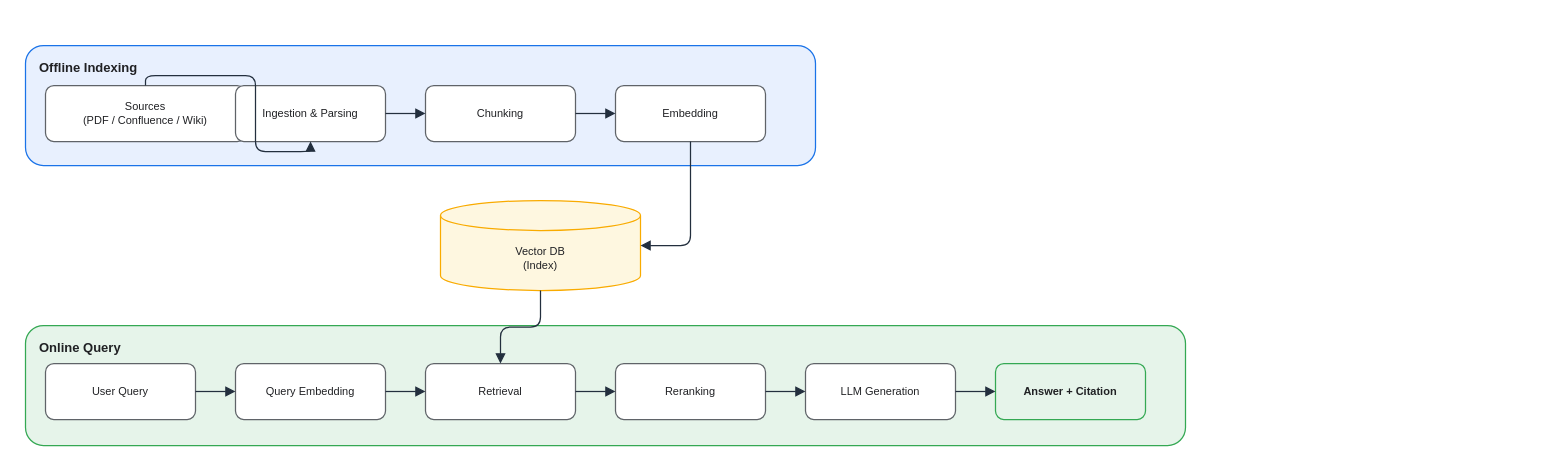
Before: assets/img/ai/rag-01-pipeline.drawio in KKamJi98/kkamji98.github.io, a draw.io diagram. Source tidied: cells renumbered, new cells numbered last; positions are measured from the earlier drawing's top-left corner, leaving out a move shared by most shapes. Both pictures are drawn from the tidied source at 100%, with x=0, y=0 at pixel (25, 45).
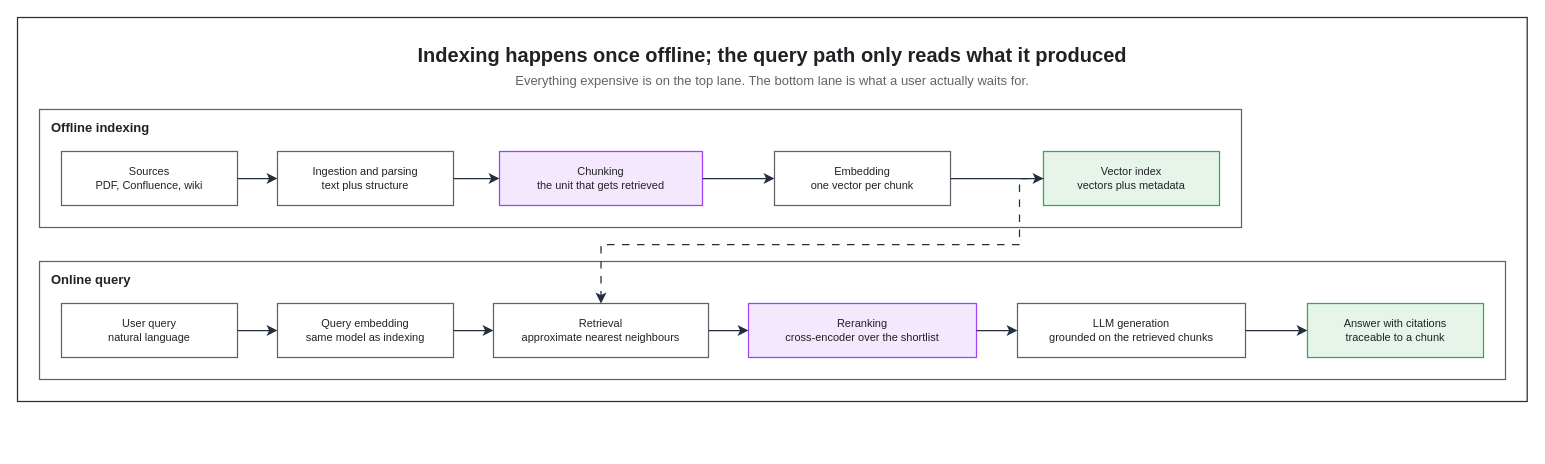
The same diagram, later.

Diff of the diagram source:
```diff
@@
-    <mxCell id="2" value="Offline Indexing" style="rounded=1;fillColor=#E8F0FE;strokeColor=#1A73E8;verticalAlign=top;align=left;fontStyle=1;fontSize=13;fontColor=#202124;spacingLeft=12;spacingTop=8;shadow=0;strokeWidth=1.25;html=0;" parent="1" vertex="1">
-      <mxGeometry width="790" height="120" as="geometry" />
-    </mxCell>
-    <mxCell id="3" value="Online Query" style="rounded=1;fillColor=#E6F4EA;strokeColor=#34A853;verticalAlign=top;align=left;fontStyle=1;fontSize=13;fontColor=#202124;spacingLeft=12;spacingTop=8;shadow=0;strokeWidth=1.25;html=0;" parent="1" vertex="1">
-      <mxGeometry y="280" width="1160" height="120" as="geometry" />
-    </mxCell>
+    <mxCell id="25" style="rounded=0;html=0;fillColor=none;strokeColor=#232F3E;fontColor=#202124;strokeWidth=1.25;" parent="1" vertex="1">
+      <mxGeometry x="-8" y="-28" width="1509.7" height="384" as="geometry" />
+    </mxCell>
+    <mxCell id="26" value="Indexing happens once offline; the query path only reads what it produced" style="text;html=0;whiteSpace=wrap;fillColor=none;strokeColor=none;fontColor=#202124;fontSize=20;fontStyle=1;align=center;verticalAlign=middle;" parent="1" vertex="1">
+      <mxGeometry x="14" y="-6" width="1465.7" height="30" as="geometry" />
+    </mxCell>
+    <mxCell id="27" value="Everything expensive is on the top lane. The bottom lane is what a user actually waits for." style="text;html=0;whiteSpace=wrap;fillColor=none;strokeColor=none;fontColor=#5F6368;fontSize=13;fontStyle=0;align=center;verticalAlign=middle;" parent="1" vertex="1">
+      <mxGeometry x="14" y="24" width="1465.7" height="22" as="geometry" />
+    </mxCell>
+    <mxCell id="28" value="Offline indexing" style="rounded=0;whiteSpace=wrap;html=0;fillColor=none;strokeColor=#5F6368;fontColor=#202124;fontSize=13;fontStyle=1;align=left;verticalAlign=top;spacingLeft=10;spacingTop=4;strokeWidth=1.25;dashed=0;" parent="1" vertex="1">
+      <mxGeometry x="14" y="64" width="1202" height="118" as="geometry" />
+    </mxCell>
+    <mxCell id="29" value="Online query" style="rounded=0;whiteSpace=wrap;html=0;fillColor=none;strokeColor=#5F6368;fontColor=#202124;fontSize=13;fontStyle=1;align=left;verticalAlign=top;spacingLeft=10;spacingTop=4;strokeWidth=1.25;dashed=0;" parent="1" vertex="1">
+      <mxGeometry x="14" y="216" width="1466" height="118" as="geometry" />
+    </mxCell>
-    <mxCell id="4" value="Sources&#10;(PDF / Confluence / Wiki)" style="rounded=1;whiteSpace=wrap;html=0;fillColor=#FFFFFF;strokeColor=#5F6368;shadow=0;fontSize=11;fontColor=#202124;strokeWidth=1.25;" parent="1" vertex="1">
-      <mxGeometry x="20" y="40" width="200" height="56" as="geometry" />
+    <mxCell id="4" value="Sources&#10;PDF, Confluence, wiki" style="rounded=0;whiteSpace=wrap;html=0;fillColor=#FFFFFF;strokeColor=#5F6368;fontColor=#202124;fontSize=11;fontStyle=0;align=center;verticalAlign=middle;spacingLeft=6;spacingRight=6;strokeWidth=1.25;" parent="1" vertex="1">
+      <mxGeometry x="36" y="106" width="176" height="54" as="geometry" />
     </mxCell>
-    <mxCell id="5" value="Ingestion &amp; Parsing" style="rounded=1;whiteSpace=wrap;html=0;fillColor=#FFFFFF;strokeColor=#5F6368;shadow=0;fontSize=11;fontColor=#202124;strokeWidth=1.25;" parent="1" vertex="1">
-      <mxGeometry x="210" y="40" width="150" height="56" as="geometry" />
+    <mxCell id="5" value="Ingestion and parsing&#10;text plus structure" style="rounded=0;whiteSpace=wrap;html=0;fillColor=#FFFFFF;strokeColor=#5F6368;fontColor=#202124;fontSize=11;fontStyle=0;align=center;verticalAlign=middle;spacingLeft=6;spacingRight=6;strokeWidth=1.25;" parent="1" vertex="1">
+      <mxGeometry x="252" y="106" width="176" height="54" as="geometry" />
     </mxCell>
-    <mxCell id="6" value="Chunking" style="rounded=1;whiteSpace=wrap;html=0;fillColor=#FFFFFF;strokeColor=#5F6368;shadow=0;fontSize=11;fontColor=#202124;strokeWidth=1.25;" parent="1" vertex="1">
-      <mxGeometry x="400" y="40" width="150" height="56" as="geometry" />
+    <mxCell id="6" value="Chunking&#10;the unit that gets retrieved" style="rounded=0;whiteSpace=wrap;html=0;fillColor=#F3E8FD;strokeColor=#A142F4;fontColor=#202124;fontSize=11;fontStyle=0;align=center;verticalAlign=middle;spacingLeft=6;spacingRight=6;strokeWidth=1.25;" parent="1" vertex="1">
+      <mxGeometry x="474" y="106" width="203" height="54" as="geometry" />
     </mxCell>
-    <mxCell id="7" value="Embedding" style="rounded=1;whiteSpace=wrap;html=0;fillColor=#FFFFFF;strokeColor=#5F6368;shadow=0;fontSize=11;fontColor=#202124;strokeWidth=1.25;" parent="1" vertex="1">
-      <mxGeometry x="590" y="40" width="150" height="56" as="geometry" />
+    <mxCell id="7" value="Embedding&#10;one vector per chunk" style="rounded=0;whiteSpace=wrap;html=0;fillColor=#FFFFFF;strokeColor=#5F6368;fontColor=#202124;fontSize=11;fontStyle=0;align=center;verticalAlign=middle;spacingLeft=6;spacingRight=6;strokeWidth=1.25;" parent="1" vertex="1">
+      <mxGeometry x="749" y="106" width="176" height="54" as="geometry" />
     </mxCell>
-    <mxCell id="8" value="Vector DB&#10;(Index)" style="shape=cylinder3;whiteSpace=wrap;html=0;fillColor=#FEF7E0;strokeColor=#F9AB00;shadow=0;fontSize=11;fontColor=#202124;boundedLbl=1;strokeWidth=1.25;" parent="1" vertex="1">
-      <mxGeometry x="415" y="155" width="200" height="90" as="geometry" />
+    <mxCell id="8" value="Vector index&#10;vectors plus metadata" style="rounded=0;whiteSpace=wrap;html=0;fillColor=#E6F4EA;strokeColor=#34A853;fontColor=#202124;fontSize=11;fontStyle=0;align=center;verticalAlign=middle;spacingLeft=6;spacingRight=6;strokeWidth=1.25;" parent="1" vertex="1">
+      <mxGeometry x="1018" y="106" width="176" height="54" as="geometry" />
     </mxCell>
-    <mxCell id="9" value="User Query" style="rounded=1;whiteSpace=wrap;html=0;fillColor=#FFFFFF;strokeColor=#5F6368;shadow=0;fontSize=11;fontColor=#202124;strokeWidth=1.25;" parent="1" vertex="1">
-      <mxGeometry x="20" y="318" width="150" height="56" as="geometry" />
+    <mxCell id="9" value="User query&#10;natural language" style="rounded=0;whiteSpace=wrap;html=0;fillColor=#FFFFFF;strokeColor=#5F6368;fontColor=#202124;fontSize=11;fontStyle=0;align=center;verticalAlign=middle;spacingLeft=6;spacingRight=6;strokeWidth=1.25;" parent="1" vertex="1">
+      <mxGeometry x="36" y="258" width="176" height="54" as="geometry" />
     </mxCell>
-    <mxCell id="10" value="Query Embedding" style="rounded=1;whiteSpace=wrap;html=0;fillColor=#FFFFFF;strokeColor=#5F6368;shadow=0;fontSize=11;fontColor=#202124;strokeWidth=1.25;" parent="1" vertex="1">
-      <mxGeometry x="210" y="318" width="150" height="56" as="geometry" />
+    <mxCell id="10" value="Query embedding&#10;same model as indexing" style="rounded=0;whiteSpace=wrap;html=0;fillColor=#FFFFFF;strokeColor=#5F6368;fontColor=#202124;fontSize=11;fontStyle=0;align=center;verticalAlign=middle;spacingLeft=6;spacingRight=6;strokeWidth=1.25;" parent="1" vertex="1">
+      <mxGeometry x="252" y="258" width="176" height="54" as="geometry" />
     </mxCell>
-    <mxCell id="11" value="Retrieval" style="rounded=1;whiteSpace=wrap;html=0;fillColor=#FFFFFF;strokeColor=#5F6368;shadow=0;fontSize=11;fontColor=#202124;strokeWidth=1.25;" parent="1" vertex="1">
-      <mxGeometry x="400" y="318" width="150" height="56" as="geometry" />
+    <mxCell id="11" value="Retrieval&#10;approximate nearest neighbours" style="rounded=0;whiteSpace=wrap;html=0;fillColor=#FFFFFF;strokeColor=#5F6368;fontColor=#202124;fontSize=11;fontStyle=0;align=center;verticalAlign=middle;spacingLeft=6;spacingRight=6;strokeWidth=1.25;" parent="1" vertex="1">
+      <mxGeometry x="468" y="258" width="215" height="54" as="geometry" />
     </mxCell>
-    <mxCell id="12" value="Reranking" style="rounded=1;whiteSpace=wrap;html=0;fillColor=#FFFFFF;strokeColor=#5F6368;shadow=0;fontSize=11;fontColor=#202124;strokeWidth=1.25;" parent="1" vertex="1">
-      <mxGeometry x="590" y="318" width="150" height="56" as="geometry" />
+    <mxCell id="12" value="Reranking&#10;cross-encoder over the shortlist" style="rounded=0;whiteSpace=wrap;html=0;fillColor=#F3E8FD;strokeColor=#A142F4;fontColor=#202124;fontSize=11;fontStyle=0;align=center;verticalAlign=middle;spacingLeft=6;spacingRight=6;strokeWidth=1.25;" parent="1" vertex="1">
+      <mxGeometry x="723" y="258" width="228" height="54" as="geometry" />
     </mxCell>
-    <mxCell id="13" value="LLM Generation" style="rounded=1;whiteSpace=wrap;html=0;fillColor=#FFFFFF;strokeColor=#5F6368;shadow=0;fontSize=11;fontColor=#202124;strokeWidth=1.25;" parent="1" vertex="1">
-      <mxGeometry x="780" y="318" width="150" height="56" as="geometry" />
+    <mxCell id="13" value="LLM generation&#10;grounded on the retrieved chunks" style="rounded=0;whiteSpace=wrap;html=0;fillColor=#FFFFFF;strokeColor=#5F6368;fontColor=#202124;fontSize=11;fontStyle=0;align=center;verticalAlign=middle;spacingLeft=6;spacingRight=6;strokeWidth=1.25;" parent="1" vertex="1">
+      <mxGeometry x="992" y="258" width="228" height="54" as="geometry" />
     </mxCell>
-    <mxCell id="14" value="Answer + Citation" style="rounded=1;whiteSpace=wrap;html=0;fillColor=#E6F4EA;strokeColor=#34A853;shadow=0;fontSize=11;fontStyle=1;fontColor=#202124;strokeWidth=1.25;" parent="1" vertex="1">
-      <mxGeometry x="970" y="318" width="150" height="56" as="geometry" />
+    <mxCell id="14" value="Answer with citations&#10;traceable to a chunk" style="rounded=0;whiteSpace=wrap;html=0;fillColor=#E6F4EA;strokeColor=#34A853;fontColor=#202124;fontSize=11;fontStyle=0;align=center;verticalAlign=middle;spacingLeft=6;spacingRight=6;strokeWidth=1.25;" parent="1" vertex="1">
+      <mxGeometry x="1282" y="258" width="176" height="54" as="geometry" />
     </mxCell>
-    <mxCell id="15" style="edgeStyle=orthogonalEdgeStyle;rounded=1;html=0;endArrow=block;strokeColor=#232F3E;fontColor=#202124;strokeWidth=1.25;endSize=7;" parent="1" edge="1" source="4" target="5">
+    <mxCell id="15" style="edgeStyle=orthogonalEdgeStyle;rounded=0;html=0;strokeColor=#232F3E;strokeWidth=1.25;endArrow=classic;endFill=1;endSize=7;fontSize=11;fontColor=#202124;labelBackgroundColor=none;jettySize=14;exitX=1;exitY=0.5;entryX=0;entryY=0.5;exitDx=0;exitDy=0;entryDx=0;entryDy=0;" parent="1" edge="1" source="4" target="5">
       <mxGeometry relative="1" as="geometry" />
     </mxCell>
-    <mxCell id="16" style="edgeStyle=orthogonalEdgeStyle;rounded=1;html=0;endArrow=block;strokeColor=#232F3E;fontColor=#202124;strokeWidth=1.25;endSize=7;" parent="1" edge="1" source="5" target="6">
+    <mxCell id="16" style="edgeStyle=orthogonalEdgeStyle;rounded=0;html=0;strokeColor=#232F3E;strokeWidth=1.25;endArrow=classic;endFill=1;endSize=7;fontSize=11;fontColor=#202124;labelBackgroundColor=none;jettySize=14;exitX=1;exitY=0.5;entryX=0;entryY=0.5;exitDx=0;exitDy=0;entryDx=0;entryDy=0;" parent="1" edge="1" source="5" target="6">
       <mxGeometry relative="1" as="geometry" />
     </mxCell>
-    <mxCell id="17" style="edgeStyle=orthogonalEdgeStyle;rounded=1;html=0;endArrow=block;strokeColor=#232F3E;fontColor=#202124;strokeWidth=1.25;endSize=7;" parent="1" edge="1" source="6" target="7">
+    <mxCell id="17" style="edgeStyle=orthogonalEdgeStyle;rounded=0;html=0;strokeColor=#232F3E;strokeWidth=1.25;endArrow=classic;endFill=1;endSize=7;fontSize=11;fontColor=#202124;labelBackgroundColor=none;jettySize=14;exitX=1;exitY=0.5;entryX=0;entryY=0.5;exitDx=0;exitDy=0;entryDx=0;entryDy=0;" parent="1" edge="1" source="6" target="7">
       <mxGeometry relative="1" as="geometry" />
     </mxCell>
-    <mxCell id="18" style="edgeStyle=orthogonalEdgeStyle;rounded=1;html=0;endArrow=block;strokeColor=#232F3E;fontColor=#202124;fontSize=11;labelBackgroundColor=none;strokeWidth=1.25;endSize=7;" parent="1" edge="1" source="7" target="8">
-      <mxGeometry relative="1" as="geometry">
-        <Array as="points">
-          <mxPoint x="665" y="200" />
-          <mxPoint x="535" y="200" />
-        </Array>
-      </mxGeometry>
+    <mxCell id="18" style="edgeStyle=orthogonalEdgeStyle;rounded=0;html=0;strokeColor=#232F3E;strokeWidth=1.25;endArrow=classic;endFill=1;endSize=7;fontSize=11;fontColor=#202124;labelBackgroundColor=none;jettySize=14;exitX=1;exitY=0.5;entryX=0;entryY=0.5;exitDx=0;exitDy=0;entryDx=0;entryDy=0;" parent="1" edge="1" source="7" target="8">
+      <mxGeometry relative="1" as="geometry" />
     </mxCell>
-    <mxCell id="19" style="edgeStyle=orthogonalEdgeStyle;rounded=1;html=0;endArrow=block;strokeColor=#232F3E;fontColor=#202124;fontSize=11;labelBackgroundColor=none;strokeWidth=1.25;endSize=7;" parent="1" edge="1" source="8" target="11">
-      <mxGeometry relative="1" as="geometry" />
-    </mxCell>
-    <mxCell id="20" style="edgeStyle=orthogonalEdgeStyle;rounded=1;html=0;endArrow=block;strokeColor=#232F3E;fontColor=#202124;strokeWidth=1.25;endSize=7;" parent="1" edge="1" source="9" target="10">
+    <mxCell id="20" style="edgeStyle=orthogonalEdgeStyle;rounded=0;html=0;strokeColor=#232F3E;strokeWidth=1.25;endArrow=classic;endFill=1;endSize=7;fontSize=11;fontColor=#202124;labelBackgroundColor=none;jettySize=14;exitX=1;exitY=0.5;entryX=0;entryY=0.5;exitDx=0;exitDy=0;entryDx=0;entryDy=0;" parent="1" edge="1" source="9" target="10">
       <mxGeometry relative="1" as="geometry" />
     </mxCell>
-    <mxCell id="21" style="edgeStyle=orthogonalEdgeStyle;rounded=1;html=0;endArrow=block;strokeColor=#232F3E;fontColor=#202124;strokeWidth=1.25;endSize=7;" parent="1" edge="1" source="10" target="11">
+    <mxCell id="21" style="edgeStyle=orthogonalEdgeStyle;rounded=0;html=0;strokeColor=#232F3E;strokeWidth=1.25;endArrow=classic;endFill=1;endSize=7;fontSize=11;fontColor=#202124;labelBackgroundColor=none;jettySize=14;exitX=1;exitY=0.5;entryX=0;entryY=0.5;exitDx=0;exitDy=0;entryDx=0;entryDy=0;" parent="1" edge="1" source="10" target="11">
       <mxGeometry relative="1" as="geometry" />
     </mxCell>
-    <mxCell id="22" style="edgeStyle=orthogonalEdgeStyle;rounded=1;html=0;endArrow=block;strokeColor=#232F3E;fontColor=#202124;strokeWidth=1.25;endSize=7;" parent="1" edge="1" source="11" target="12">
+    <mxCell id="22" style="edgeStyle=orthogonalEdgeStyle;rounded=0;html=0;strokeColor=#232F3E;strokeWidth=1.25;endArrow=classic;endFill=1;endSize=7;fontSize=11;fontColor=#202124;labelBackgroundColor=none;jettySize=14;exitX=1;exitY=0.5;entryX=0;entryY=0.5;exitDx=0;exitDy=0;entryDx=0;entryDy=0;" parent="1" edge="1" source="11" target="12">
       <mxGeometry relative="1" as="geometry" />
     </mxCell>
-    <mxCell id="23" style="edgeStyle=orthogonalEdgeStyle;rounded=1;html=0;endArrow=block;strokeColor=#232F3E;fontColor=#202124;strokeWidth=1.25;endSize=7;" parent="1" edge="1" source="12" target="13">
+    <mxCell id="23" style="edgeStyle=orthogonalEdgeStyle;rounded=0;html=0;strokeColor=#232F3E;strokeWidth=1.25;endArrow=classic;endFill=1;endSize=7;fontSize=11;fontColor=#202124;labelBackgroundColor=none;jettySize=14;exitX=1;exitY=0.5;entryX=0;entryY=0.5;exitDx=0;exitDy=0;entryDx=0;entryDy=0;" parent="1" edge="1" source="12" target="13">
       <mxGeometry relative="1" as="geometry" />
     </mxCell>
-    <mxCell id="24" style="edgeStyle=orthogonalEdgeStyle;rounded=1;html=0;endArrow=block;strokeColor=#232F3E;fontColor=#202124;strokeWidth=1.25;endSize=7;" parent="1" edge="1" source="13" target="14">
+    <mxCell id="24" style="edgeStyle=orthogonalEdgeStyle;rounded=0;html=0;strokeColor=#232F3E;strokeWidth=1.25;endArrow=classic;endFill=1;endSize=7;fontSize=11;fontColor=#202124;labelBackgroundColor=none;jettySize=14;exitX=1;exitY=0.5;entryX=0;entryY=0.5;exitDx=0;exitDy=0;entryDx=0;entryDy=0;" parent="1" edge="1" source="13" target="14">
       <mxGeometry relative="1" as="geometry" />
     </mxCell>
+    <mxCell id="19" style="edgeStyle=orthogonalEdgeStyle;rounded=0;html=0;strokeColor=#232F3E;strokeWidth=1.25;endArrow=classic;endFill=1;endSize=7;fontSize=11;fontColor=#202124;labelBackgroundColor=none;jettySize=14;dashed=1;dashPattern=6 6;exitX=0;exitY=0.5;entryX=0.5;entryY=0;exitDx=0;exitDy=0;entryDx=0;entryDy=0;" parent="1" edge="1" source="8" target="11">
+      <mxGeometry relative="1" as="geometry">
+        <Array as="points">
+          <mxPoint x="994" y="133" />
+          <mxPoint x="994" y="199" />
+          <mxPoint x="575.5" y="199" />
+        </Array>
+      </mxGeometry>
+    </mxCell>
```
